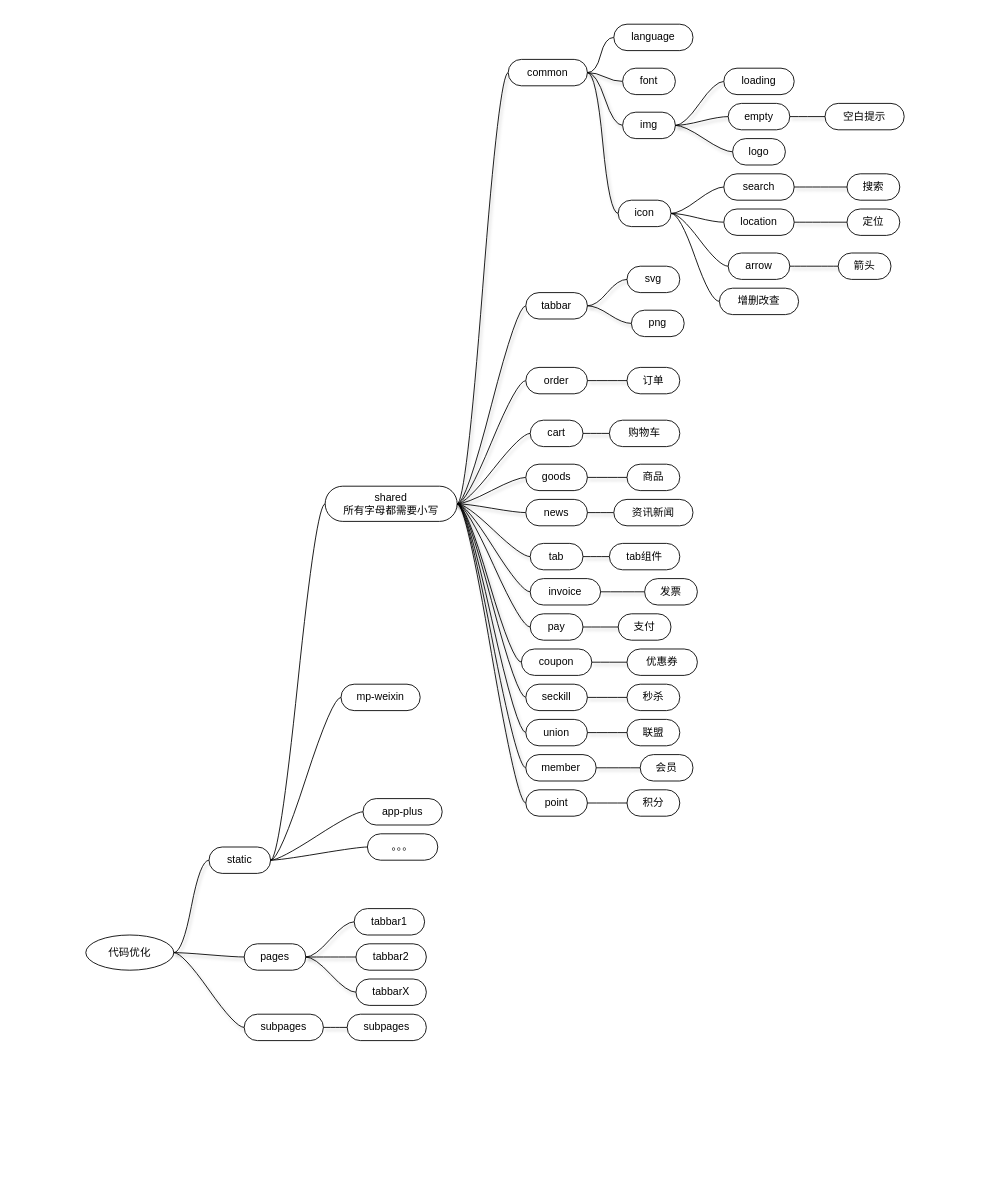
Before: page "代码优化" (4 of 4) of B+.drawio in huturenji/drawio, a draw.io diagram. Source tidied: cells renumbered, new cells numbered last; positions are measured from the earlier drawing's top-left corner, leaving out a move shared by most shapes. Both pictures are drawn from the tidied source at 88%, with x=0, y=0 at pixel (15, 15).
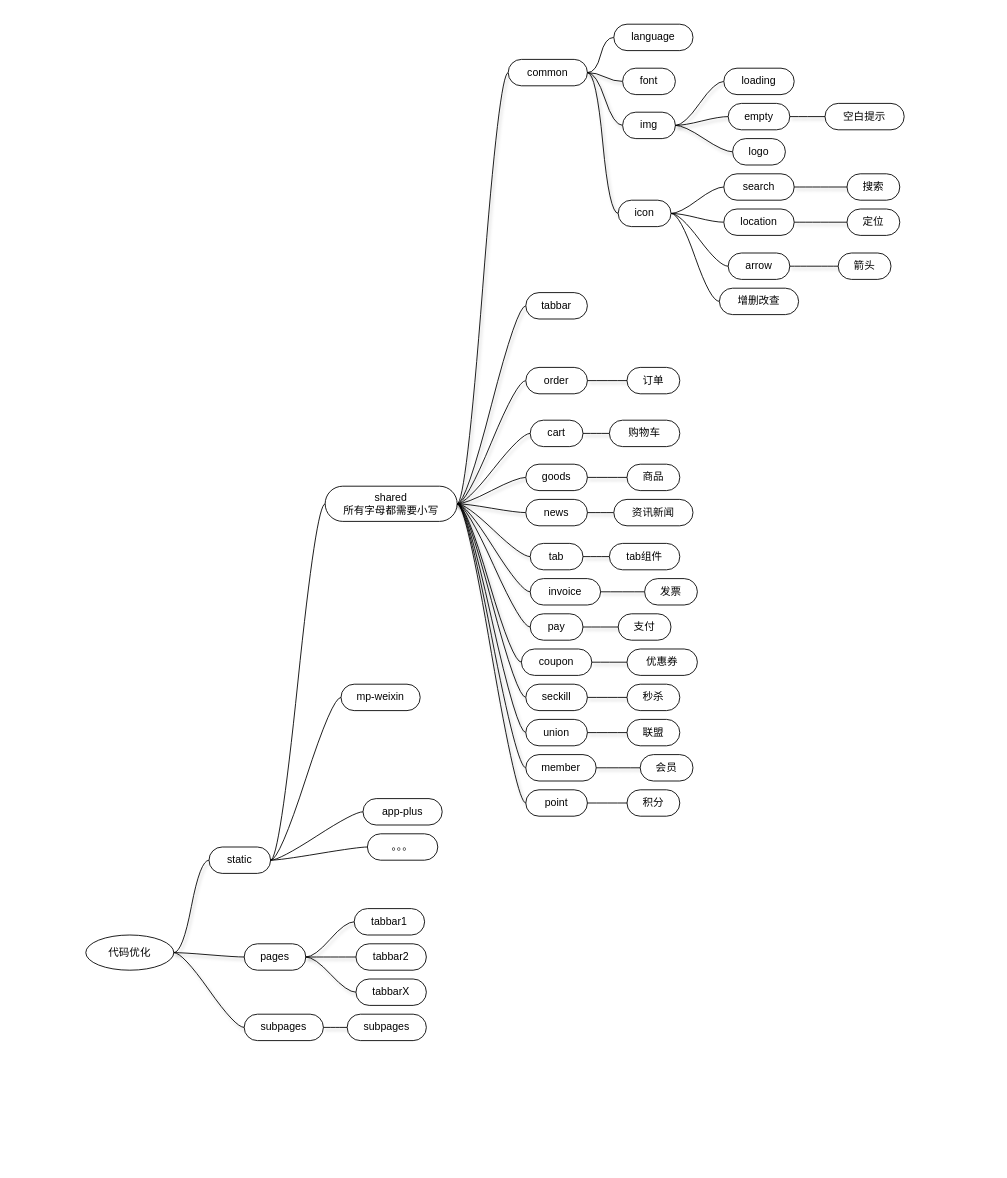
Above is the later version.

The change refers to these unchanged cells:
```xml
<mxCell id="2" value="Mindmap" style="swimlane;startSize=20;horizontal=1;containerType=tree;strokeColor=none;swimlaneLine=1;fillColor=default;fontColor=none;noLabel=1;" parent="1" vertex="1">
  <mxGeometry width="1110" height="1305" as="geometry" />
</mxCell>
<mxCell id="23" value="tabbar" style="whiteSpace=wrap;html=1;rounded=1;arcSize=50;align=center;verticalAlign=middle;strokeWidth=1;spacing=4;newEdgeStyle={&quot;edgeStyle&quot;:&quot;entityRelationEdgeStyle&quot;,&quot;startArrow&quot;:&quot;none&quot;,&quot;endArrow&quot;:&quot;none&quot;,&quot;segment&quot;:10,&quot;curved&quot;:1};swimlaneLine=1;" parent="2" vertex="1">
  <mxGeometry x="580" y="315" width="70" height="30" as="geometry" />
</mxCell>
```

Diff of the diagram source:
```diff
@@
-    <mxCell id="30" style="edgeStyle=entityRelationEdgeStyle;startArrow=none;endArrow=none;segment=10;curved=1;rounded=0;shadow=1;elbow=vertical;exitX=1;exitY=0.5;exitDx=0;exitDy=0;swimlaneLine=1;" parent="2" edge="1" source="23" target="31">
-      <mxGeometry relative="1" as="geometry" />
-    </mxCell>
-    <mxCell id="31" value="svg" style="whiteSpace=wrap;html=1;rounded=1;arcSize=50;align=center;verticalAlign=middle;strokeWidth=1;spacing=4;newEdgeStyle={&quot;edgeStyle&quot;:&quot;entityRelationEdgeStyle&quot;,&quot;startArrow&quot;:&quot;none&quot;,&quot;endArrow&quot;:&quot;none&quot;,&quot;segment&quot;:10,&quot;curved&quot;:1};swimlaneLine=1;" parent="2" vertex="1" collapsed="1">
-      <mxGeometry x="695" y="285" width="60" height="30" as="geometry" />
-    </mxCell>
-    <mxCell id="32" style="edgeStyle=entityRelationEdgeStyle;startArrow=none;endArrow=none;segment=10;curved=1;rounded=0;shadow=1;elbow=vertical;exitX=1;exitY=0.5;exitDx=0;exitDy=0;swimlaneLine=1;" parent="2" edge="1" source="23" target="33">
-      <mxGeometry relative="1" as="geometry" />
-    </mxCell>
-    <mxCell id="33" value="png" style="whiteSpace=wrap;html=1;rounded=1;arcSize=50;align=center;verticalAlign=middle;strokeWidth=1;spacing=4;newEdgeStyle={&quot;edgeStyle&quot;:&quot;entityRelationEdgeStyle&quot;,&quot;startArrow&quot;:&quot;none&quot;,&quot;endArrow&quot;:&quot;none&quot;,&quot;segment&quot;:10,&quot;curved&quot;:1};swimlaneLine=1;" parent="2" vertex="1" collapsed="1">
-      <mxGeometry x="700" y="335" width="60" height="30" as="geometry" />
-    </mxCell>
```
